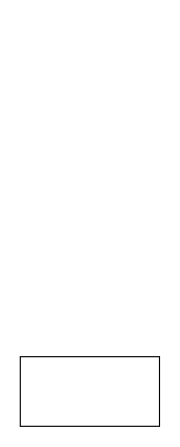
The draw.io diagram drawio/yj-个人知识库.drawio in wanthigh/docs, before the edit. Source tidied: cells renumbered, new cells numbered last; positions are measured from the earlier drawing's top-left corner, leaving out a move shared by most shapes. Both pictures are drawn from the tidied source at 116%, with x=0, y=0 at pixel (20, 356).
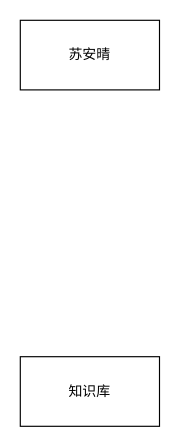
The same page after the edit.

Commit message (it also covers changes not shown here):
更新yj-个人知识库.drawio

Change to the diagram source:
```diff
@@
 <mxGraphModel>
   <root>
     <mxCell id="0" />
     <mxCell id="1" parent="0" />
-    <mxCell id="2" style="rounded=0;whiteSpace=wrap;html=1;" parent="1" vertex="1">
+    <mxCell id="2" value="知识库" style="rounded=0;whiteSpace=wrap;html=1;" parent="1" vertex="1">
       <mxGeometry width="120" height="60" as="geometry" />
     </mxCell>
+    <mxCell id="3" value="苏安晴" style="rounded=0;whiteSpace=wrap;html=1;" parent="1" vertex="1">
+      <mxGeometry y="-290" width="120" height="60" as="geometry" />
+    </mxCell>
   </root>
 </mxGraphModel>
```
